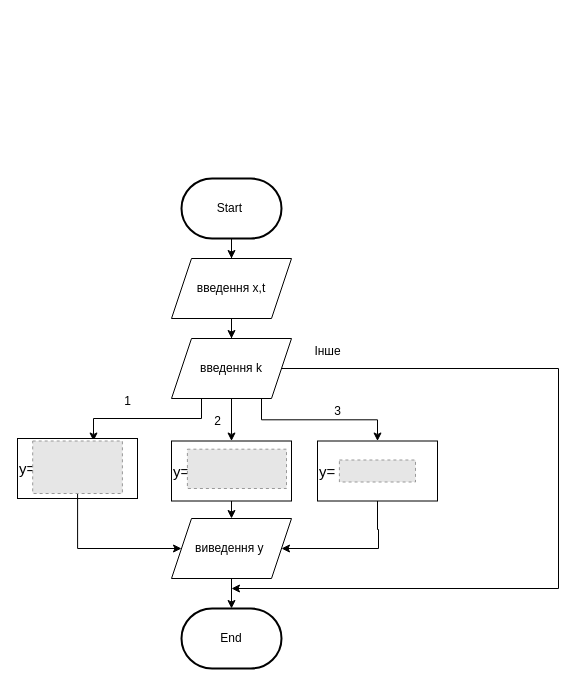
Before: lab7.drawio in LikOfTheLichKing/lab_1, a draw.io diagram. Source tidied: cells renumbered, new cells numbered last; positions are measured from the earlier drawing's top-left corner, leaving out a move shared by most shapes. Both pictures are drawn from the tidied source at 100%, with x=0, y=0 at pixel (17, 178). Pictures stored in the file or linked from it are replaced by grey dashed boxes.
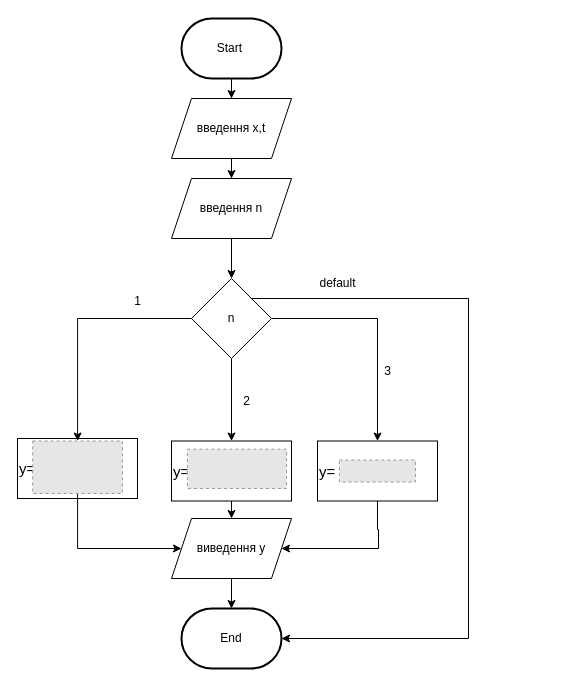
The same diagram, later.

The change refers to these unchanged cells:
```xml
<mxCell id="4" value="End" style="strokeWidth=2;html=1;shape=mxgraph.flowchart.terminator;whiteSpace=wrap;" parent="1" vertex="1">
  <mxGeometry x="164" y="430" width="100" height="60" as="geometry" />
</mxCell>
<mxCell id="12" style="fillColor=#E6E6E6;strokeColor=#999999;dashed=1;verticalLabelPosition=bottom;labelBackgroundColor=default;verticalAlign=top;" parent="1" vertex="1">
  <mxGeometry x="15.2" y="262.5" width="89.7" height="52.5" as="geometry" />
</mxCell>
<mxCell id="14" value="&lt;font style=&quot;font-size: 15px;&quot;&gt;y=&lt;/font&gt;" style="rounded=0;whiteSpace=wrap;html=1;align=left;" parent="1" vertex="1">
  <mxGeometry x="154" y="262.5" width="120" height="60" as="geometry" />
</mxCell>
<mxCell id="16" value="&lt;font style=&quot;font-size: 15px;&quot;&gt;y=&lt;/font&gt;" style="rounded=0;whiteSpace=wrap;html=1;align=left;" parent="1" vertex="1">
  <mxGeometry x="300" y="262.5" width="120" height="60" as="geometry" />
</mxCell>
```

Diff of the diagram source:
```diff
@@
     <mxCell id="3" value="Start&amp;nbsp;" style="strokeWidth=2;html=1;shape=mxgraph.flowchart.terminator;whiteSpace=wrap;" parent="1" vertex="1">
-      <mxGeometry x="164" width="100" height="60" as="geometry" />
+      <mxGeometry x="164" y="-160" width="100" height="60" as="geometry" />
     </mxCell>
@@
-    <mxCell id="5" style="edgeStyle=orthogonalEdgeStyle;rounded=0;jettySize=auto;html=1;exitX=0.25;exitY=1;exitDx=0;exitDy=0;" parent="1" edge="1" source="9" target="12">
-      <mxGeometry relative="1" as="geometry">
-        <Array as="points">
-          <mxPoint x="184" y="240" />
-          <mxPoint x="76" y="240" />
-        </Array>
-      </mxGeometry>
-    </mxCell>
-    <mxCell id="6" style="edgeStyle=orthogonalEdgeStyle;rounded=0;jettySize=auto;html=1;" parent="1" edge="1" source="9" target="14">
-      <mxGeometry relative="1" as="geometry" />
-    </mxCell>
-    <mxCell id="7" style="edgeStyle=orthogonalEdgeStyle;rounded=0;jettySize=auto;html=1;exitX=0.75;exitY=1;exitDx=0;exitDy=0;" parent="1" edge="1" source="9" target="16">
-      <mxGeometry relative="1" as="geometry" />
-    </mxCell>
-    <mxCell id="8" style="edgeStyle=orthogonalEdgeStyle;rounded=0;jettySize=auto;html=1;" parent="1" edge="1" source="9">
-      <mxGeometry relative="1" as="geometry">
-        <mxPoint x="214" y="410" as="targetPoint" />
-        <Array as="points">
-          <mxPoint x="541" y="190" />
-        </Array>
-      </mxGeometry>
-    </mxCell>
+    <mxCell id="27" style="edgeStyle=orthogonalEdgeStyle;rounded=0;jettySize=auto;html=1;" parent="1" edge="1" source="9" target="32">
+      <mxGeometry relative="1" as="geometry" />
+    </mxCell>
-    <mxCell id="9" value="введення k" style="shape=parallelogram;perimeter=parallelogramPerimeter;whiteSpace=wrap;html=1;fixedSize=1;" parent="1" vertex="1">
-      <mxGeometry x="154" y="160" width="120" height="60" as="geometry" />
+    <mxCell id="9" value="введення n" style="shape=parallelogram;perimeter=parallelogramPerimeter;whiteSpace=wrap;html=1;fixedSize=1;" parent="1" vertex="1">
+      <mxGeometry x="154" width="120" height="60" as="geometry" />
     </mxCell>
@@
-    <mxCell id="17" value="1" style="text;html=1;align=center;verticalAlign=middle;strokeColor=none;fillColor=none;" parent="1" vertex="1">
-      <mxGeometry x="95" y="208" width="30" height="30" as="geometry" />
-    </mxCell>
-    <mxCell id="18" value="2" style="text;html=1;align=center;verticalAlign=middle;strokeColor=none;fillColor=none;" parent="1" vertex="1">
-      <mxGeometry x="185" y="228" width="30" height="30" as="geometry" />
-    </mxCell>
-    <mxCell id="19" value="3" style="text;html=1;align=center;verticalAlign=middle;strokeColor=none;fillColor=none;" parent="1" vertex="1">
-      <mxGeometry x="305" y="218" width="30" height="30" as="geometry" />
-    </mxCell>
@@
     <mxCell id="23" value="введення x,t" style="shape=parallelogram;perimeter=parallelogramPerimeter;whiteSpace=wrap;html=1;fixedSize=1;" parent="1" vertex="1">
-      <mxGeometry x="154" y="80" width="120" height="60" as="geometry" />
+      <mxGeometry x="154" y="-80" width="120" height="60" as="geometry" />
     </mxCell>
@@
-    <mxCell id="25" value="виведення y&amp;nbsp;" style="shape=parallelogram;perimeter=parallelogramPerimeter;whiteSpace=wrap;html=1;fixedSize=1;" parent="1" vertex="1">
+    <mxCell id="25" value="виведення y" style="shape=parallelogram;perimeter=parallelogramPerimeter;whiteSpace=wrap;html=1;fixedSize=1;" parent="1" vertex="1">
       <mxGeometry x="154" y="340" width="120" height="60" as="geometry" />
     </mxCell>
-    <mxCell id="26" value="Iнше" style="text;html=1;align=center;verticalAlign=middle;strokeColor=none;fillColor=none;" parent="1" vertex="1">
-      <mxGeometry x="285" y="158" width="50" height="30" as="geometry" />
-    </mxCell>
+    <mxCell id="28" style="edgeStyle=orthogonalEdgeStyle;rounded=0;jettySize=auto;html=1;entryX=0.5;entryY=0;entryDx=0;entryDy=0;" parent="1" edge="1" source="32" target="14">
+      <mxGeometry relative="1" as="geometry" />
+    </mxCell>
+    <mxCell id="29" style="edgeStyle=orthogonalEdgeStyle;rounded=0;jettySize=auto;html=1;" parent="1" edge="1" source="32" target="12">
+      <mxGeometry relative="1" as="geometry" />
+    </mxCell>
+    <mxCell id="30" style="edgeStyle=orthogonalEdgeStyle;rounded=0;jettySize=auto;html=1;entryX=0.5;entryY=0;entryDx=0;entryDy=0;" parent="1" edge="1" source="32" target="16">
+      <mxGeometry relative="1" as="geometry" />
+    </mxCell>
+    <mxCell id="31" style="edgeStyle=orthogonalEdgeStyle;rounded=0;jettySize=auto;html=1;exitX=1;exitY=0;exitDx=0;exitDy=0;" parent="1" edge="1" source="32" target="4">
+      <mxGeometry relative="1" as="geometry">
+        <Array as="points">
+          <mxPoint x="451" y="120" />
+          <mxPoint x="451" y="460" />
+        </Array>
+      </mxGeometry>
+    </mxCell>
+    <mxCell id="32" value="n" style="rhombus;whiteSpace=wrap;html=1;" parent="1" vertex="1">
+      <mxGeometry x="174" y="100" width="80" height="80" as="geometry" />
+    </mxCell>
+    <mxCell id="17" value="1" style="text;html=1;align=center;verticalAlign=middle;strokeColor=none;fillColor=none;" parent="1" vertex="1">
+      <mxGeometry x="105" y="108" width="30" height="30" as="geometry" />
+    </mxCell>
+    <mxCell id="18" value="2" style="text;html=1;align=center;verticalAlign=middle;strokeColor=none;fillColor=none;" parent="1" vertex="1">
+      <mxGeometry x="214" y="208" width="30" height="30" as="geometry" />
+    </mxCell>
+    <mxCell id="19" value="3" style="text;html=1;align=center;verticalAlign=middle;strokeColor=none;fillColor=none;" parent="1" vertex="1">
+      <mxGeometry x="355" y="178" width="30" height="30" as="geometry" />
+    </mxCell>
+    <mxCell id="33" value="default" style="text;html=1;align=center;verticalAlign=middle;strokeColor=none;fillColor=none;" parent="1" vertex="1">
+      <mxGeometry x="290" y="90" width="60" height="30" as="geometry" />
+    </mxCell>
```
